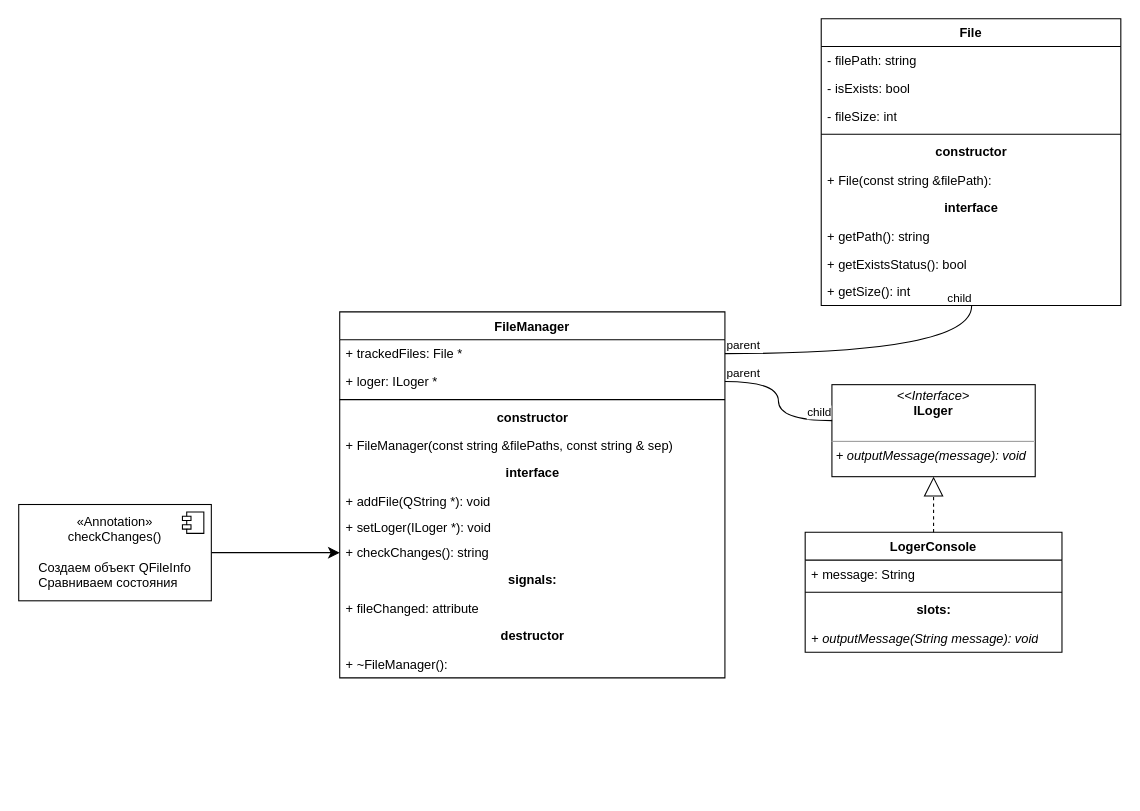
The draw.io diagram class-diagram.drawio in kvintes/course-soft-dev-1lab-file-monitoring, before the edit. Source tidied: cells renumbered, new cells numbered last; positions are measured from the earlier drawing's top-left corner, leaving out a move shared by most shapes. Both pictures are drawn from the tidied source at 107%, with x=0, y=0 at pixel (18, 18).
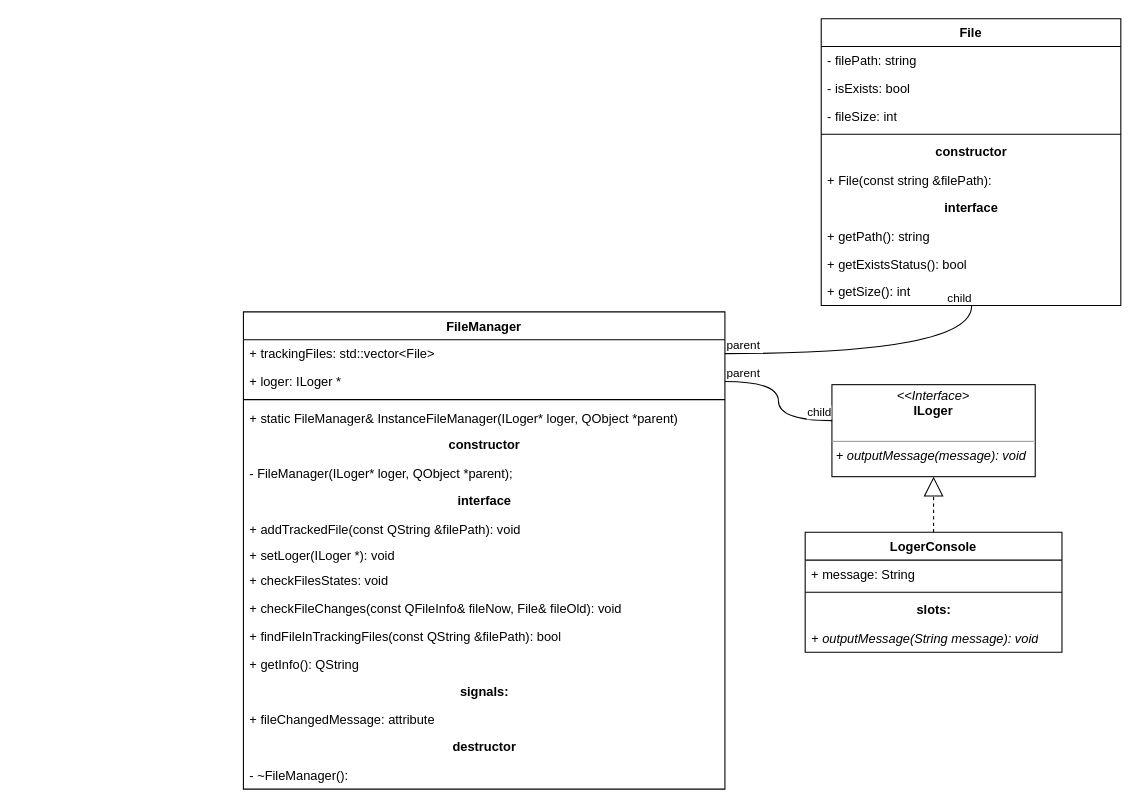
After the change.

Commit message:
change class-diagram to singletone version

Change to the diagram source:
```diff
@@
     <mxCell id="13" value="FileManager" style="swimlane;fontStyle=1;align=center;verticalAlign=top;horizontal=1;startSize=26;whiteSpace=wrap;html=1;" parent="1" vertex="1">
-      <mxGeometry x="300" y="274" width="360" height="342" as="geometry" />
+      <mxGeometry x="210" y="274" width="450" height="446" as="geometry" />
     </mxCell>
-    <mxCell id="14" value="+ trackedFiles: File *" style="text;strokeColor=none;fillColor=none;align=left;verticalAlign=top;spacingLeft=4;spacingRight=4;overflow=hidden;points=[[0,0.5],[1,0.5]];portConstraint=eastwest;whiteSpace=wrap;html=1;" parent="13" vertex="1">
-      <mxGeometry y="26" width="360" height="26" as="geometry" />
+    <mxCell id="14" value="+ trackingFiles: std::vector&amp;lt;File&amp;gt;" style="text;strokeColor=none;fillColor=none;align=left;verticalAlign=top;spacingLeft=4;spacingRight=4;overflow=hidden;points=[[0,0.5],[1,0.5]];portConstraint=eastwest;whiteSpace=wrap;html=1;" parent="13" vertex="1">
+      <mxGeometry y="26" width="450" height="26" as="geometry" />
     </mxCell>
     <mxCell id="15" value="+ loger: ILoger *" style="text;strokeColor=none;fillColor=none;align=left;verticalAlign=top;spacingLeft=4;spacingRight=4;overflow=hidden;points=[[0,0.5],[1,0.5]];portConstraint=eastwest;whiteSpace=wrap;html=1;" parent="13" vertex="1">
-      <mxGeometry y="52" width="360" height="26" as="geometry" />
+      <mxGeometry y="52" width="450" height="26" as="geometry" />
     </mxCell>
     <mxCell id="16" style="line;strokeWidth=1;fillColor=none;align=left;verticalAlign=middle;spacingTop=-1;spacingLeft=3;spacingRight=3;labelPosition=right;strokeColor=inherit;" parent="13" vertex="1">
-      <mxGeometry y="78" width="360" height="8" as="geometry" />
+      <mxGeometry y="78" width="450" height="8" as="geometry" />
     </mxCell>
+    <mxCell id="43" value="+ static FileManager&amp;amp; InstanceFileManager(ILoger* loger, QObject *parent)" style="text;strokeColor=none;fillColor=none;align=left;verticalAlign=top;spacingLeft=4;spacingRight=4;overflow=hidden;whiteSpace=wrap;html=1;" parent="13" vertex="1">
+      <mxGeometry y="86" width="450" height="26" as="geometry" />
+    </mxCell>
     <mxCell id="17" value="constructor" style="text;align=center;fontStyle=1;verticalAlign=middle;spacingLeft=3;spacingRight=3;strokeColor=none;html=1;" parent="13" vertex="1">
-      <mxGeometry y="86" width="360" height="26" as="geometry" />
+      <mxGeometry y="112" width="450" height="26" as="geometry" />
     </mxCell>
-    <mxCell id="18" value="+ FileManager(const string &amp;amp;filePaths, const string &amp;amp; sep)&amp;nbsp;" style="text;strokeColor=none;fillColor=none;align=left;verticalAlign=top;spacingLeft=4;spacingRight=4;overflow=hidden;whiteSpace=wrap;html=1;" parent="13" vertex="1">
-      <mxGeometry y="112" width="360" height="26" as="geometry" />
+    <mxCell id="18" value="- FileManager(ILoger* loger, QObject *parent);&amp;nbsp;" style="text;strokeColor=none;fillColor=none;align=left;verticalAlign=top;spacingLeft=4;spacingRight=4;overflow=hidden;whiteSpace=wrap;html=1;" parent="13" vertex="1">
+      <mxGeometry y="138" width="450" height="26" as="geometry" />
     </mxCell>
     <mxCell id="19" value="interface" style="text;align=center;fontStyle=1;verticalAlign=middle;spacingLeft=3;spacingRight=3;strokeColor=none;html=1;" parent="13" vertex="1">
-      <mxGeometry y="138" width="360" height="26" as="geometry" />
+      <mxGeometry y="164" width="450" height="26" as="geometry" />
     </mxCell>
-    <mxCell id="20" value="&lt;div style=&quot;&quot;&gt;&lt;/div&gt;+ addFile(QString *): void" style="text;strokeColor=none;fillColor=none;align=left;verticalAlign=top;spacingLeft=4;spacingRight=4;overflow=hidden;whiteSpace=wrap;html=1;" parent="13" vertex="1">
-      <mxGeometry y="164" width="360" height="24" as="geometry" />
+    <mxCell id="20" value="&lt;div style=&quot;&quot;&gt;&lt;/div&gt;+ addTrackedFile(const QString &amp;amp;filePath): void" style="text;strokeColor=none;fillColor=none;align=left;verticalAlign=top;spacingLeft=4;spacingRight=4;overflow=hidden;whiteSpace=wrap;html=1;" parent="13" vertex="1">
+      <mxGeometry y="190" width="450" height="24" as="geometry" />
     </mxCell>
     <mxCell id="21" value="&lt;div style=&quot;&quot;&gt;&lt;/div&gt;+ setLoger(ILoger *): void" style="text;strokeColor=none;fillColor=none;align=left;verticalAlign=top;spacingLeft=4;spacingRight=4;overflow=hidden;whiteSpace=wrap;html=1;" parent="13" vertex="1">
-      <mxGeometry y="188" width="360" height="24" as="geometry" />
+      <mxGeometry y="214" width="450" height="24" as="geometry" />
     </mxCell>
-    <mxCell id="22" value="+ checkChanges(): string" style="text;strokeColor=none;fillColor=none;align=left;verticalAlign=top;spacingLeft=4;spacingRight=4;overflow=hidden;points=[[0,0.5],[1,0.5]];portConstraint=eastwest;whiteSpace=wrap;html=1;" parent="13" vertex="1">
-      <mxGeometry y="212" width="360" height="26" as="geometry" />
-    </mxCell>
+    <mxCell id="44" value="+ checkFilesStates:&amp;nbsp;void" style="text;strokeColor=none;fillColor=none;align=left;verticalAlign=top;spacingLeft=4;spacingRight=4;overflow=hidden;whiteSpace=wrap;html=1;" parent="13" vertex="1">
+      <mxGeometry y="238" width="450" height="26" as="geometry" />
+    </mxCell>
+    <mxCell id="45" value="+ checkFileChanges(const QFileInfo&amp;amp; fileNow, File&amp;amp; fileOld):&amp;nbsp;void" style="text;strokeColor=none;fillColor=none;align=left;verticalAlign=top;spacingLeft=4;spacingRight=4;overflow=hidden;whiteSpace=wrap;html=1;" parent="13" vertex="1">
+      <mxGeometry y="264" width="450" height="26" as="geometry" />
+    </mxCell>
+    <mxCell id="46" value="+ findFileInTrackingFiles(const QString &amp;amp;filePath):&amp;nbsp;bool" style="text;strokeColor=none;fillColor=none;align=left;verticalAlign=top;spacingLeft=4;spacingRight=4;overflow=hidden;whiteSpace=wrap;html=1;" parent="13" vertex="1">
+      <mxGeometry y="290" width="450" height="26" as="geometry" />
+    </mxCell>
+    <mxCell id="47" value="+ getInfo(): QString&amp;nbsp;" style="text;strokeColor=none;fillColor=none;align=left;verticalAlign=top;spacingLeft=4;spacingRight=4;overflow=hidden;whiteSpace=wrap;html=1;" parent="13" vertex="1">
+      <mxGeometry y="316" width="450" height="26" as="geometry" />
+    </mxCell>
     <mxCell id="23" value="signals:" style="text;align=center;fontStyle=1;verticalAlign=middle;spacingLeft=3;spacingRight=3;strokeColor=none;html=1;" parent="13" vertex="1">
-      <mxGeometry y="238" width="360" height="26" as="geometry" />
+      <mxGeometry y="342" width="450" height="26" as="geometry" />
     </mxCell>
-    <mxCell id="24" value="+ fileChanged: attribute" style="text;strokeColor=none;fillColor=none;align=left;verticalAlign=top;spacingLeft=4;spacingRight=4;overflow=hidden;whiteSpace=wrap;html=1;" parent="13" vertex="1">
-      <mxGeometry y="264" width="360" height="26" as="geometry" />
+    <mxCell id="24" value="+ fileChangedMessage: attribute" style="text;strokeColor=none;fillColor=none;align=left;verticalAlign=top;spacingLeft=4;spacingRight=4;overflow=hidden;whiteSpace=wrap;html=1;" parent="13" vertex="1">
+      <mxGeometry y="368" width="450" height="26" as="geometry" />
     </mxCell>
     <mxCell id="25" value="destructor" style="text;align=center;fontStyle=1;verticalAlign=middle;spacingLeft=3;spacingRight=3;strokeColor=none;html=1;" parent="13" vertex="1">
-      <mxGeometry y="290" width="360" height="26" as="geometry" />
+      <mxGeometry y="394" width="450" height="26" as="geometry" />
     </mxCell>
-    <mxCell id="26" value="+ ~FileManager():" style="text;strokeColor=none;fillColor=none;align=left;verticalAlign=top;spacingLeft=4;spacingRight=4;overflow=hidden;whiteSpace=wrap;html=1;" parent="13" vertex="1">
-      <mxGeometry y="316" width="360" height="26" as="geometry" />
+    <mxCell id="26" value="- ~FileManager():" style="text;strokeColor=none;fillColor=none;align=left;verticalAlign=top;spacingLeft=4;spacingRight=4;overflow=hidden;whiteSpace=wrap;html=1;" parent="13" vertex="1">
+      <mxGeometry y="420" width="450" height="26" as="geometry" />
     </mxCell>
@@
-    <mxCell id="34" style="edgeStyle=none;curved=1;rounded=0;jettySize=auto;html=1;entryX=0;entryY=0.5;entryDx=0;entryDy=0;fontSize=12;startSize=8;endSize=8;" parent="1" edge="1" source="35" target="22">
-      <mxGeometry relative="1" as="geometry" />
-    </mxCell>
-    <mxCell id="35" value="«Annotation»&lt;br&gt;&lt;span style=&quot;text-align: left;&quot;&gt;checkChanges()&lt;/span&gt;&lt;br&gt;&lt;div&gt;&lt;span style=&quot;text-align: left;&quot;&gt;&lt;br&gt;&lt;/span&gt;&lt;/div&gt;&lt;div style=&quot;text-align: left;&quot;&gt;Создаем объект QFileInfo&lt;/div&gt;&lt;div style=&quot;text-align: left;&quot;&gt;Сравниваем состояния&lt;/div&gt;" style="html=1;whiteSpace=wrap;" parent="1" vertex="1">
-      <mxGeometry y="454" width="180" height="90" as="geometry" />
-    </mxCell>
-    <mxCell id="36" style="shape=module;jettyWidth=8;jettyHeight=4;" parent="35" vertex="1">
-      <mxGeometry x="1" width="20" height="20" relative="1" as="geometry">
-        <mxPoint x="-27" y="7" as="offset" />
-      </mxGeometry>
-    </mxCell>
```
